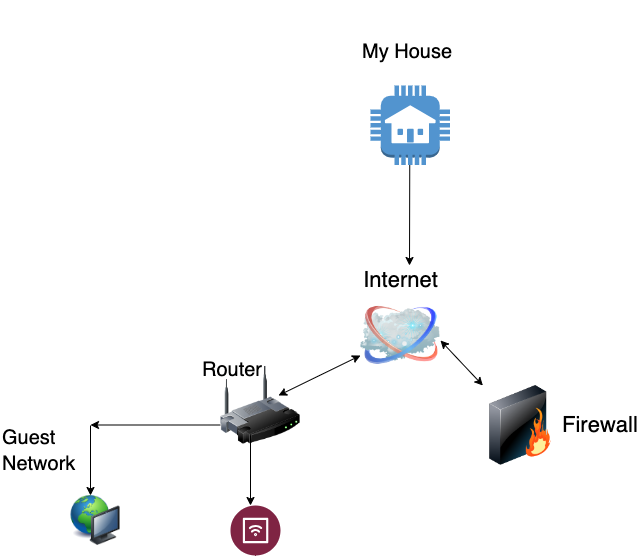
ronaldos21/AccessControlDiagramHW keeps this draw.io diagram as DiagramGraph/NACDiagram.drawio.png. Above is the earlier version. Source tidied: cells renumbered, new cells last; positions are measured from the earlier drawing's top-left corner, leaving out a move shared by most shapes.
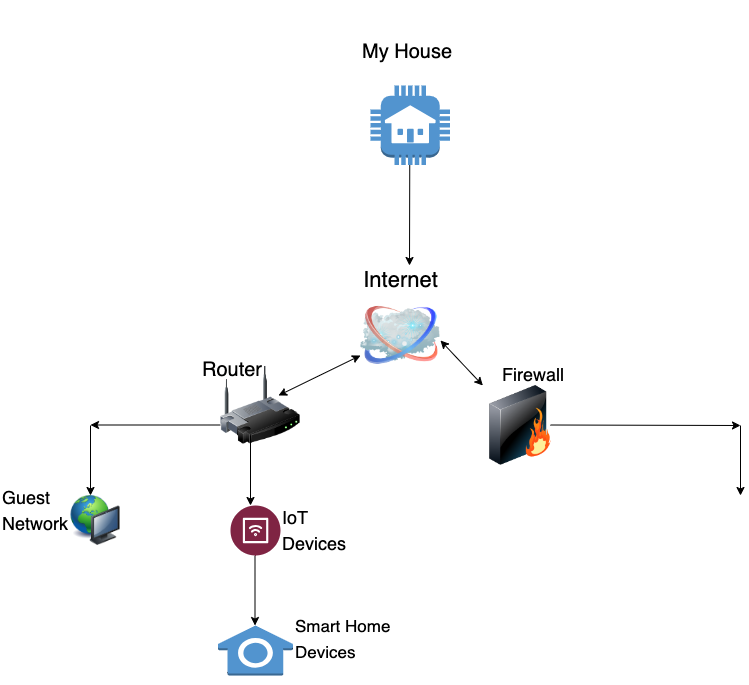
Later version of the same file.

What changed in the source:
```diff
@@ -8,7 +8,7 @@
     <mxCell id="3" value="Internet" style="image;html=1;labelBackgroundColor=#ffffff;image=img/lib/clip_art/networking/Cloud_128x128.png;rounded=1;shadow=0;comic=0;strokeWidth=2;fontSize=22;labelPosition=center;verticalLabelPosition=top;align=center;verticalAlign=bottom;" parent="1" vertex="1">
       <mxGeometry x="360" y="270" width="80" height="80" as="geometry" />
     </mxCell>
-    <mxCell id="4" value="Firewall" style="image;html=1;labelBackgroundColor=#ffffff;image=img/lib/clip_art/networking/Firewall_128x128.png;rounded=1;shadow=0;comic=0;strokeWidth=2;fontSize=22;labelPosition=right;verticalLabelPosition=middle;align=left;verticalAlign=middle;" parent="1" vertex="1">
+    <mxCell id="4" style="image;html=1;labelBackgroundColor=#ffffff;image=img/lib/clip_art/networking/Firewall_128x128.png;rounded=1;shadow=0;comic=0;strokeWidth=2;fontSize=22;labelPosition=right;verticalLabelPosition=middle;align=left;verticalAlign=middle;" parent="1" vertex="1">
       <mxGeometry x="480" y="360" width="80" height="80" as="geometry" />
     </mxCell>
     <mxCell id="5" value="&lt;h1 style=&quot;&quot;&gt;&lt;span style=&quot;font-weight: normal;&quot;&gt;&lt;font style=&quot;font-size: 20px;&quot;&gt;Router&lt;/font&gt;&lt;/span&gt;&lt;/h1&gt;" style="text;html=1;strokeColor=none;fillColor=none;align=left;verticalAlign=middle;whiteSpace=wrap;rounded=0;fontFamily=Helvetica;fontSize=18;" parent="1" vertex="1">
@@ -60,11 +60,44 @@
     <mxCell id="15" style="image;html=1;image=img/lib/clip_art/computers/Network_128x128.png;" parent="1" vertex="1">
       <mxGeometry x="60" y="470" width="70" height="50" as="geometry" />
     </mxCell>
-    <mxCell id="16" value="&lt;h3 style=&quot;&quot;&gt;&lt;span style=&quot;font-size: 20px; font-weight: 400;&quot;&gt;Guest Network&lt;/span&gt;&lt;/h3&gt;" style="text;html=1;strokeColor=none;fillColor=none;align=left;verticalAlign=middle;whiteSpace=wrap;rounded=0;fontFamily=Helvetica;fontSize=18;" parent="1" vertex="1">
-      <mxGeometry y="400" width="80" height="50" as="geometry" />
+    <mxCell id="16" value="&lt;h3 style=&quot;&quot;&gt;&lt;span style=&quot;font-weight: 400;&quot;&gt;&lt;font style=&quot;font-size: 18px;&quot;&gt;Guest Network&lt;/font&gt;&lt;/span&gt;&lt;/h3&gt;" style="text;html=1;strokeColor=none;fillColor=none;align=left;verticalAlign=middle;whiteSpace=wrap;rounded=0;fontFamily=Helvetica;fontSize=18;" parent="1" vertex="1">
+      <mxGeometry y="460" width="80" height="50" as="geometry" />
     </mxCell>
     <mxCell id="17" style="verticalLabelPosition=bottom;html=1;shape=mxgraph.salesforce.iot2;" parent="1" vertex="1">
       <mxGeometry x="230" y="480" width="50" height="50" as="geometry" />
     </mxCell>
+    <mxCell id="18" value="&lt;h3 style=&quot;&quot;&gt;&lt;span style=&quot;font-weight: 400;&quot;&gt;&lt;font style=&quot;font-size: 18px;&quot;&gt;IoT Devices&lt;/font&gt;&lt;/span&gt;&lt;/h3&gt;" style="text;html=1;strokeColor=none;fillColor=none;align=left;verticalAlign=middle;whiteSpace=wrap;rounded=0;fontFamily=Helvetica;fontSize=18;" parent="1" vertex="1">
+      <mxGeometry x="280" y="480" width="90.5" height="50" as="geometry" />
+    </mxCell>
+    <mxCell id="19" style="dashed=0;verticalLabelPosition=bottom;verticalAlign=top;align=center;html=1;shape=mxgraph.aws3.alexa_smart_home_skill;fillColor=#5294CF;gradientColor=none;" parent="1" vertex="1">
+      <mxGeometry x="217.5" y="600" width="75" height="50" as="geometry" />
+    </mxCell>
+    <mxCell id="20" style="endArrow=classic;html=1;rounded=0;" parent="1" edge="1">
+      <mxGeometry relative="1" as="geometry">
+        <mxPoint x="254.5" y="530" as="sourcePoint" />
+        <mxPoint x="254.5" y="600" as="targetPoint" />
+      </mxGeometry>
+    </mxCell>
+    <mxCell id="21" value="&lt;h3 style=&quot;&quot;&gt;&lt;span style=&quot;font-weight: 400;&quot;&gt;&lt;font style=&quot;font-size: 17px;&quot;&gt;Smart Home Devices&lt;/font&gt;&lt;/span&gt;&lt;/h3&gt;" style="text;html=1;strokeColor=none;fillColor=none;align=left;verticalAlign=middle;whiteSpace=wrap;rounded=0;fontFamily=Helvetica;fontSize=18;" parent="1" vertex="1">
+      <mxGeometry x="292.5" y="575" width="97.5" height="75" as="geometry" />
+    </mxCell>
+    <mxCell id="22" style="endArrow=classic;html=1;rounded=0;" parent="1" edge="1">
+      <mxGeometry relative="1" as="geometry">
+        <mxPoint x="550" y="399.5" as="sourcePoint" />
+        <mxPoint x="740" y="400" as="targetPoint" />
+      </mxGeometry>
+    </mxCell>
+    <mxCell id="23" value="&lt;h1 style=&quot;&quot;&gt;&lt;span style=&quot;font-size: 18px; font-weight: 400;&quot;&gt;Firewall&lt;/span&gt;&lt;/h1&gt;" style="text;html=1;strokeColor=none;fillColor=none;align=left;verticalAlign=middle;whiteSpace=wrap;rounded=0;fontFamily=Helvetica;fontSize=18;" parent="1" vertex="1">
+      <mxGeometry x="500" y="325" width="100" height="35" as="geometry" />
+    </mxCell>
+    <mxCell id="24" style="edgeStyle=orthogonalEdgeStyle;rounded=0;orthogonalLoop=1;jettySize=auto;html=1;exitX=0.5;exitY=1;exitDx=0;exitDy=0;" parent="1" edge="1" source="23" target="23">
+      <mxGeometry relative="1" as="geometry" />
+    </mxCell>
+    <mxCell id="25" style="endArrow=classic;html=1;rounded=0;" parent="1" edge="1">
+      <mxGeometry relative="1" as="geometry">
+        <mxPoint x="740" y="400" as="sourcePoint" />
+        <mxPoint x="740" y="470" as="targetPoint" />
+      </mxGeometry>
+    </mxCell>
   </root>
 </mxGraphModel>
```
